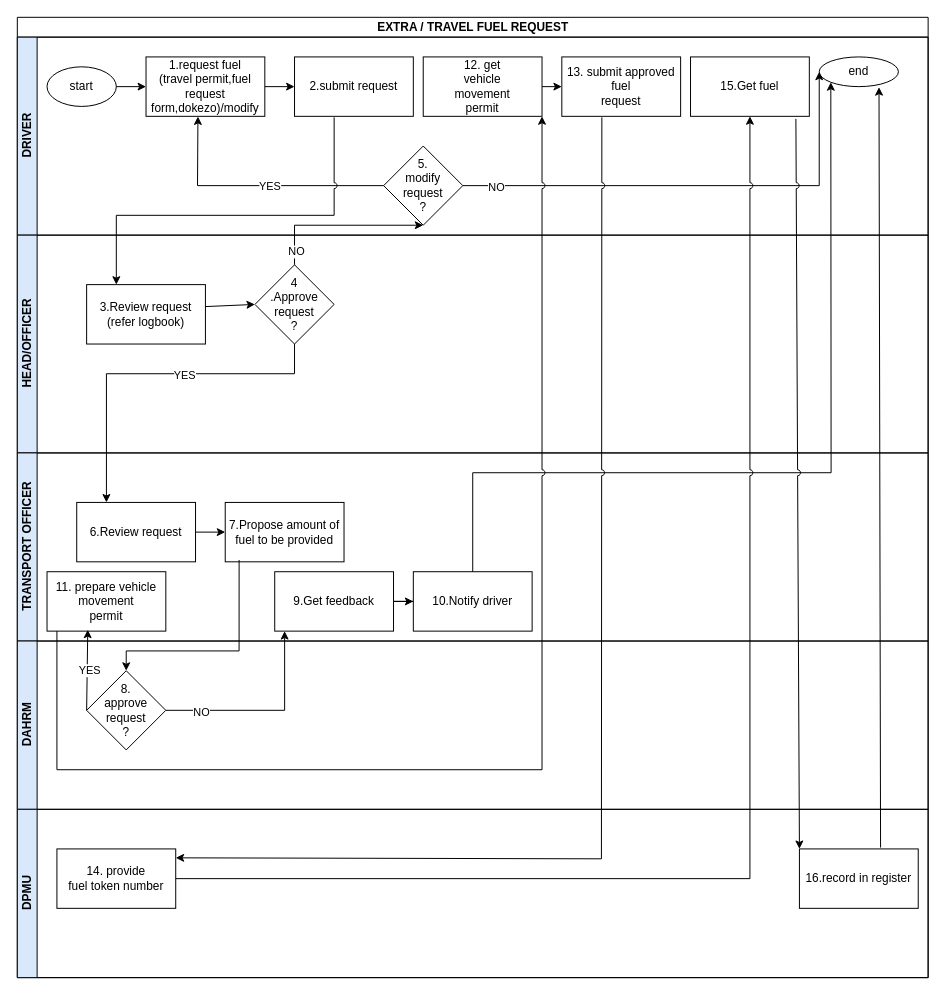
This is page "fuel request" (5 of 13) of wajibika/wajibika-sketches.drawio from MbalamulaS/tech-diagrams, a draw.io file, before an edit. Source tidied: cells renumbered, new cells numbered last; positions are measured from the earlier drawing's top-left corner, leaving out a move shared by most shapes. Both pictures are drawn from the tidied source at 99%, with x=0, y=0 at pixel (17, 17).
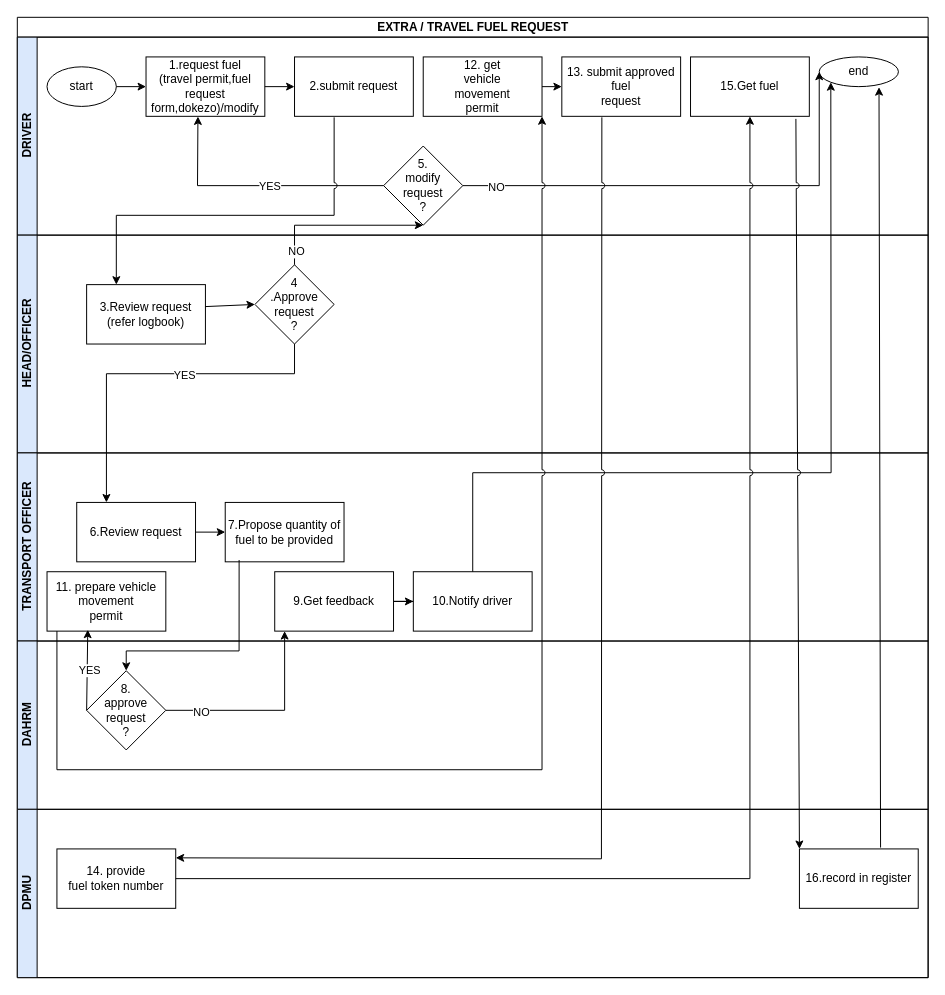
Above is the later version.

The change refers to these unchanged cells:
```xml
<mxCell id="22" value="TRANSPORT OFFICER" style="swimlane;startSize=20;horizontal=0;html=1;fillColor=#DAE8FC;" parent="2" vertex="1">
  <mxGeometry y="440" width="920" height="190" as="geometry" />
</mxCell>
```

What changed in the source:
```diff
@@
-    <mxCell id="24" value="7.Propose amount of fuel to be provided" style="rounded=0;whiteSpace=wrap;html=1;" parent="22" vertex="1">
+    <mxCell id="24" value="7.Propose quantity of fuel to be provided" style="rounded=0;whiteSpace=wrap;html=1;" parent="22" vertex="1">
       <mxGeometry x="210" y="50" width="120" height="60" as="geometry" />
     </mxCell>
```
